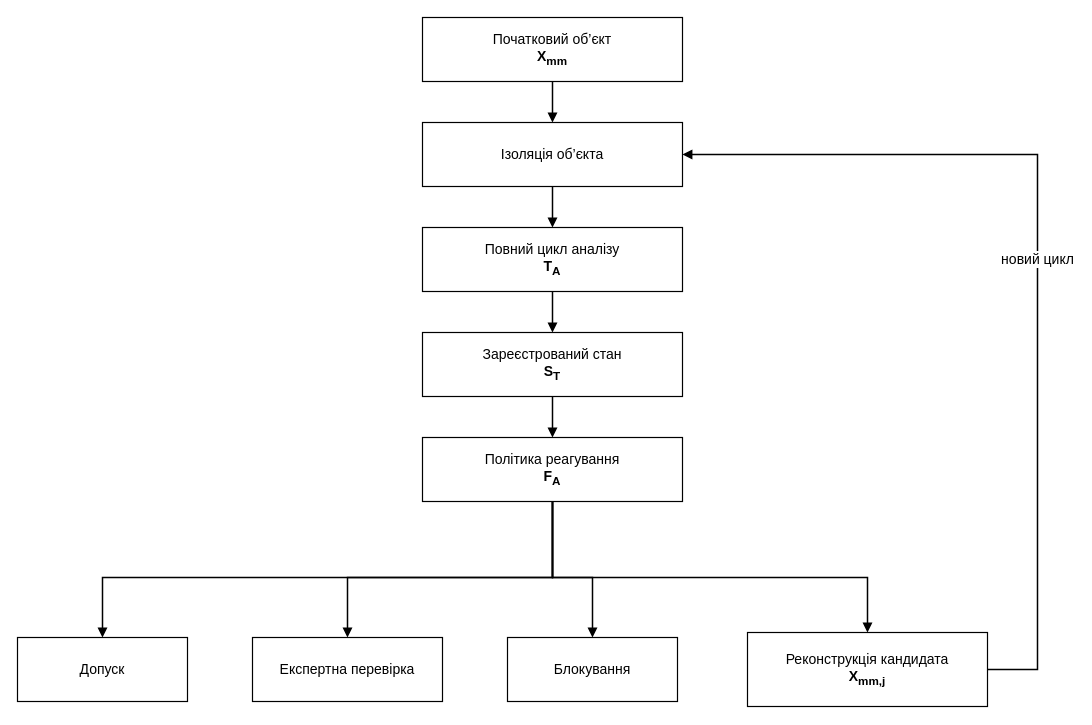
oleksandrmelnychenko/dima-phd keeps this draw.io diagram as title/figures_drawio/fig_3_6_zero_trust_integration.drawio. Above is the earlier version. Source tidied: cells renumbered, new cells numbered last; positions are measured from the earlier drawing's top-left corner, leaving out a move shared by most shapes. Both pictures are drawn from the tidied source at 100%, with x=0, y=0 at pixel (17, 17).
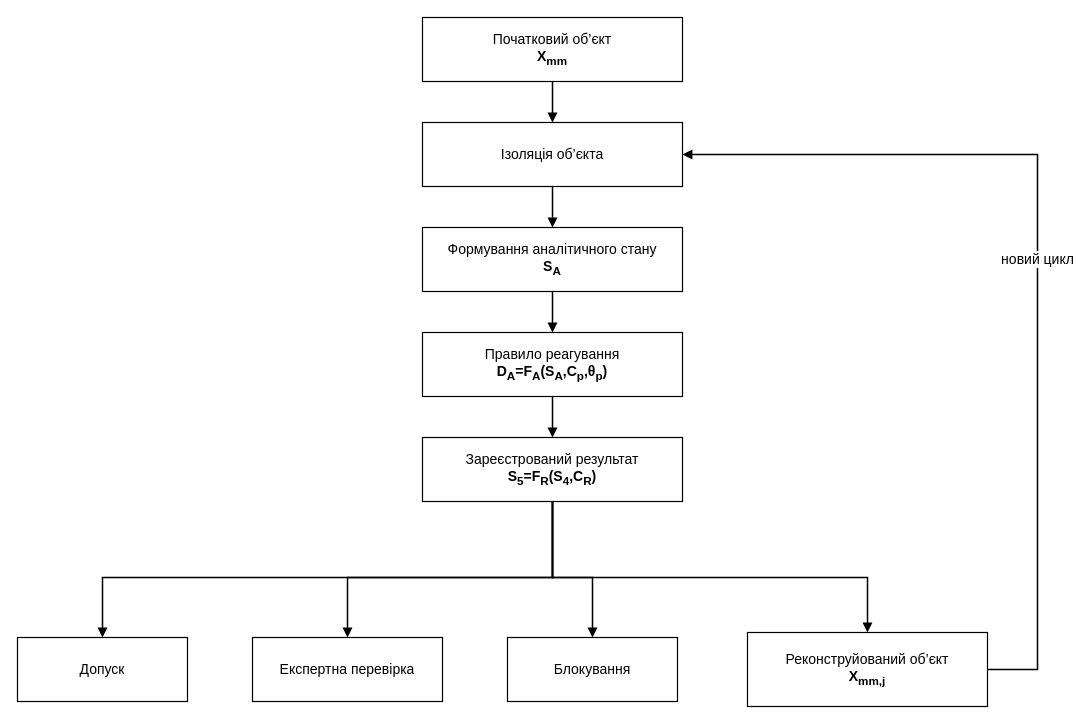
After the change.

Change to the diagram source:
```diff
@@
-    <mxCell id="4" value="Повний цикл аналізу&lt;br&gt;&lt;b&gt;T&lt;sub&gt;A&lt;/sub&gt;&lt;/b&gt;" style="rounded=0;whiteSpace=wrap;html=1;fillColor=#ffffff;strokeColor=#000000;strokeWidth=1.2;fontColor=#000000;fontSize=14;align=center;verticalAlign=middle;spacing=8;" parent="1" vertex="1">
+    <mxCell id="4" value="Формування аналітичного стану&lt;br&gt;&lt;b&gt;S&lt;sub&gt;A&lt;/sub&gt;&lt;/b&gt;" style="rounded=0;whiteSpace=wrap;html=1;fillColor=#ffffff;strokeColor=#000000;strokeWidth=1.2;fontColor=#000000;fontSize=14;align=center;verticalAlign=middle;spacing=8;" parent="1" vertex="1">
       <mxGeometry x="405" y="210" width="260" height="64" as="geometry" />
     </mxCell>
-    <mxCell id="5" value="Зареєстрований стан&lt;br&gt;&lt;b&gt;S&lt;sub&gt;T&lt;/sub&gt;&lt;/b&gt;" style="rounded=0;whiteSpace=wrap;html=1;fillColor=#ffffff;strokeColor=#000000;strokeWidth=1.2;fontColor=#000000;fontSize=14;align=center;verticalAlign=middle;spacing=8;" parent="1" vertex="1">
+    <mxCell id="5" value="Правило реагування&lt;br&gt;&lt;b&gt;D&lt;sub&gt;A&lt;/sub&gt;=F&lt;sub&gt;A&lt;/sub&gt;(S&lt;sub&gt;A&lt;/sub&gt;,C&lt;sub&gt;p&lt;/sub&gt;,θ&lt;sub&gt;p&lt;/sub&gt;)&lt;/b&gt;" style="rounded=0;whiteSpace=wrap;html=1;fillColor=#ffffff;strokeColor=#000000;strokeWidth=1.2;fontColor=#000000;fontSize=14;align=center;verticalAlign=middle;spacing=8;" parent="1" vertex="1">
       <mxGeometry x="405" y="315" width="260" height="64" as="geometry" />
     </mxCell>
-    <mxCell id="6" value="Політика реагування&lt;br&gt;&lt;b&gt;F&lt;sub&gt;A&lt;/sub&gt;&lt;/b&gt;" style="rounded=0;whiteSpace=wrap;html=1;fillColor=#ffffff;strokeColor=#000000;strokeWidth=1.2;fontColor=#000000;fontSize=14;align=center;verticalAlign=middle;spacing=8;" parent="1" vertex="1">
+    <mxCell id="6" value="Зареєстрований результат&lt;br&gt;&lt;b&gt;S&lt;sub&gt;5&lt;/sub&gt;=F&lt;sub&gt;R&lt;/sub&gt;(S&lt;sub&gt;4&lt;/sub&gt;,C&lt;sub&gt;R&lt;/sub&gt;)&lt;/b&gt;" style="rounded=0;whiteSpace=wrap;html=1;fillColor=#ffffff;strokeColor=#000000;strokeWidth=1.2;fontColor=#000000;fontSize=14;align=center;verticalAlign=middle;spacing=8;" parent="1" vertex="1">
       <mxGeometry x="405" y="420" width="260" height="64" as="geometry" />
     </mxCell>
@@
-    <mxCell id="10" value="Реконструкція кандидата&lt;br&gt;&lt;b&gt;X&lt;sub&gt;mm,j&lt;/sub&gt;&lt;/b&gt;" style="rounded=0;whiteSpace=wrap;html=1;fillColor=#ffffff;strokeColor=#000000;strokeWidth=1.2;fontColor=#000000;fontSize=14;align=center;verticalAlign=middle;spacing=8;" parent="1" vertex="1">
+    <mxCell id="10" value="Реконструйований об’єкт&lt;br&gt;&lt;b&gt;X&lt;sub&gt;mm,j&lt;/sub&gt;&lt;/b&gt;" style="rounded=0;whiteSpace=wrap;html=1;fillColor=#ffffff;strokeColor=#000000;strokeWidth=1.2;fontColor=#000000;fontSize=14;align=center;verticalAlign=middle;spacing=8;" parent="1" vertex="1">
       <mxGeometry x="730" y="615" width="240" height="74" as="geometry" />
     </mxCell>
```
